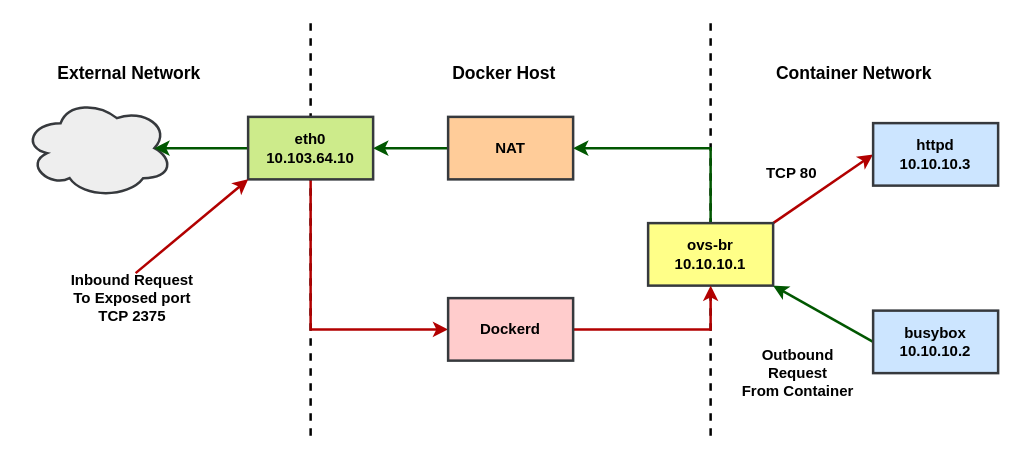
ctimbai/draw.io keeps this draw.io diagram as docker ovs dnat.drawio. Above is the earlier version. Source tidied: cells renumbered, new cells numbered last; positions are measured from the earlier drawing's top-left corner, leaving out a move shared by most shapes. Both pictures are drawn from the tidied source at 125%, with x=0, y=0 at pixel (22, 22).
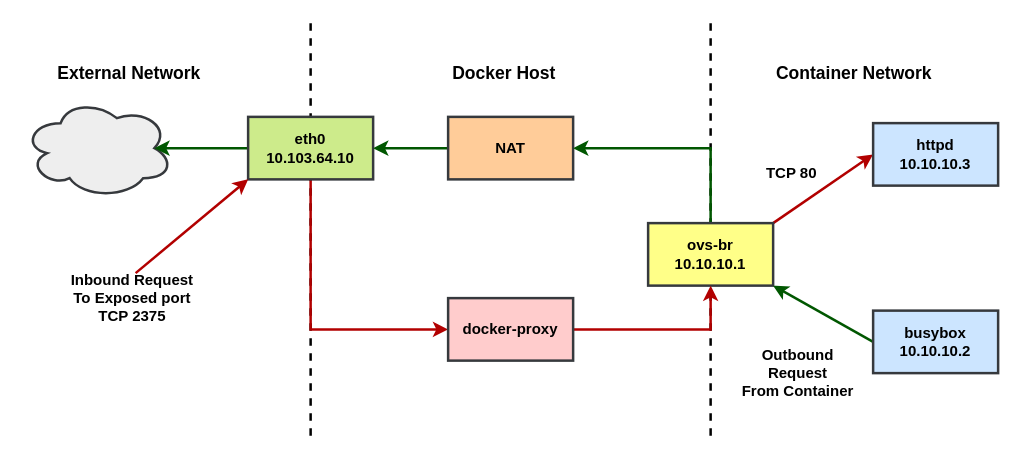
After the change.

Change to the diagram source:
```diff
@@
-    <mxCell id="22" value="&lt;b&gt;Dockerd&lt;/b&gt;" style="rounded=0;whiteSpace=wrap;html=1;strokeWidth=2;fillColor=#ffcccc;strokeColor=#36393d;" parent="1" vertex="1">
+    <mxCell id="22" value="&lt;b&gt;docker-proxy&lt;/b&gt;" style="rounded=0;whiteSpace=wrap;html=1;strokeWidth=2;fillColor=#ffcccc;strokeColor=#36393d;" parent="1" vertex="1">
       <mxGeometry x="340" y="220" width="100" height="50" as="geometry" />
     </mxCell>
```
